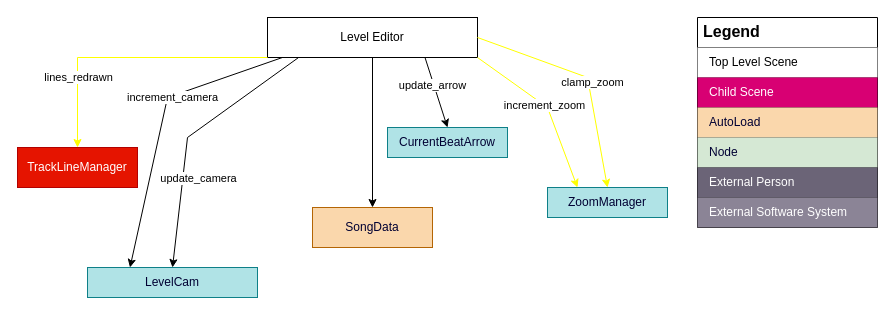
Earlier version of the draw.io diagram rotating-rhythm-game/diagrams/Level Editor/level_editor_diagram.drawio (fcaanaak/rhythm-game). Source tidied: cells renumbered, new cells numbered last; positions are measured from the earlier drawing's top-left corner, leaving out a move shared by most shapes. Both pictures are drawn from the tidied source at 100%, with x=0, y=0 at pixel (17, 17).
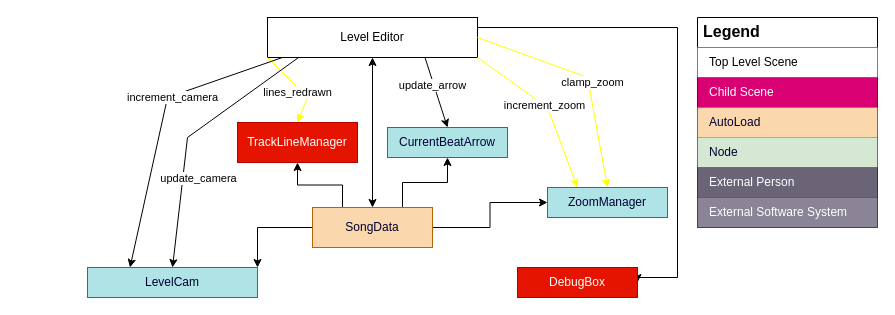
After the change.

The change refers to these unchanged cells:
```xml
<mxCell id="3" value="Level Editor" style="rounded=0;whiteSpace=wrap;html=1;" parent="1" vertex="1">
  <mxGeometry x="250" width="210" height="40" as="geometry" />
</mxCell>
<mxCell id="7" value="&lt;font style=&quot;color: rgb(0, 0, 51);&quot;&gt;LevelCam&lt;/font&gt;" style="rounded=0;whiteSpace=wrap;html=1;fillColor=#b0e3e6;strokeColor=#0e8088;" parent="1" vertex="1">
  <mxGeometry x="70" y="250" width="170" height="30" as="geometry" />
</mxCell>
<mxCell id="11" value="&lt;font style=&quot;color: rgb(0, 0, 51);&quot;&gt;CurrentBeatArrow&lt;/font&gt;" style="rounded=0;whiteSpace=wrap;html=1;fillColor=#b0e3e6;strokeColor=#0e8088;" parent="1" vertex="1">
  <mxGeometry x="370" y="110" width="120" height="30" as="geometry" />
</mxCell>
<mxCell id="14" value="&lt;font style=&quot;color: rgb(0, 0, 51);&quot;&gt;ZoomManager&lt;/font&gt;" style="rounded=0;whiteSpace=wrap;html=1;fillColor=#b0e3e6;strokeColor=#0e8088;" parent="1" vertex="1">
  <mxGeometry x="530" y="170" width="120" height="30" as="geometry" />
</mxCell>
<mxCell id="15" value="&lt;font style=&quot;color: rgb(0, 0, 51);&quot;&gt;SongData&lt;/font&gt;" style="rounded=0;whiteSpace=wrap;html=1;fillColor=#fad7ac;strokeColor=#b46504;" parent="1" vertex="1">
  <mxGeometry x="295" y="190" width="120" height="40" as="geometry" />
</mxCell>
```

The edit, as a diff of the source:
```diff
@@
-    <mxCell id="2" style="edgeStyle=orthogonalEdgeStyle;rounded=0;jettySize=auto;html=1;exitX=0.5;exitY=1;exitDx=0;exitDy=0;entryX=0.5;entryY=0;entryDx=0;entryDy=0;" parent="1" edge="1" source="3" target="15">
-      <mxGeometry relative="1" as="geometry" />
-    </mxCell>
+    <mxCell id="33" style="edgeStyle=orthogonalEdgeStyle;rounded=0;jettySize=auto;html=1;exitX=1;exitY=0.25;exitDx=0;exitDy=0;entryX=1;entryY=0.5;entryDx=0;entryDy=0;" parent="1" edge="1" source="3" target="39">
+      <mxGeometry relative="1" as="geometry">
+        <Array as="points">
+          <mxPoint x="660" y="10" />
+          <mxPoint x="660" y="260" />
+        </Array>
+      </mxGeometry>
+    </mxCell>
@@
     <mxCell id="4" style="endArrow=classic;html=1;rounded=0;exitX=0;exitY=1;exitDx=0;exitDy=0;entryX=0.5;entryY=0;entryDx=0;entryDy=0;strokeColor=#FFFF00;" parent="1" edge="1" source="3" target="6">
       <mxGeometry relative="1" as="geometry">
         <Array as="points">
-          <mxPoint x="60" y="40" />
+          <mxPoint x="290" y="80" />
         </Array>
       </mxGeometry>
     </mxCell>
     <mxCell id="5" value="lines_redrawn" style="edgeLabel;html=1;align=center;verticalAlign=middle;" parent="4" vertex="1">
       <mxGeometry x="0.03" y="2" relative="1" as="geometry">
-        <mxPoint x="-46" y="18" as="offset" />
+        <mxPoint x="-2" y="6" as="offset" />
       </mxGeometry>
     </mxCell>
     <mxCell id="6" value="TrackLineManager" style="rounded=0;whiteSpace=wrap;html=1;fillColor=#e51400;fontColor=#ffffff;strokeColor=#B20000;" parent="1" vertex="1">
-      <mxGeometry y="130" width="120" height="40" as="geometry" />
+      <mxGeometry x="220" y="105" width="120" height="40" as="geometry" />
     </mxCell>
@@
+    <mxCell id="34" style="edgeStyle=orthogonalEdgeStyle;rounded=0;jettySize=auto;html=1;exitX=0.25;exitY=0;exitDx=0;exitDy=0;" parent="1" edge="1" source="15" target="6">
+      <mxGeometry relative="1" as="geometry" />
+    </mxCell>
+    <mxCell id="35" style="edgeStyle=orthogonalEdgeStyle;rounded=0;jettySize=auto;html=1;exitX=0;exitY=0.5;exitDx=0;exitDy=0;entryX=1;entryY=0;entryDx=0;entryDy=0;" parent="1" edge="1" source="15" target="7">
+      <mxGeometry relative="1" as="geometry" />
+    </mxCell>
+    <mxCell id="36" style="edgeStyle=orthogonalEdgeStyle;rounded=0;jettySize=auto;html=1;exitX=0.75;exitY=0;exitDx=0;exitDy=0;" parent="1" edge="1" source="15" target="11">
+      <mxGeometry relative="1" as="geometry" />
+    </mxCell>
+    <mxCell id="37" style="edgeStyle=orthogonalEdgeStyle;rounded=0;jettySize=auto;html=1;exitX=1;exitY=0.5;exitDx=0;exitDy=0;entryX=0;entryY=0.5;entryDx=0;entryDy=0;" parent="1" edge="1" source="15" target="14">
+      <mxGeometry relative="1" as="geometry" />
+    </mxCell>
@@
+    <mxCell id="38" style="endArrow=classic;startArrow=classic;html=1;rounded=0;entryX=0.5;entryY=1;entryDx=0;entryDy=0;exitX=0.5;exitY=0;exitDx=0;exitDy=0;" parent="1" edge="1" source="15" target="3">
+      <mxGeometry relative="1" as="geometry" />
+    </mxCell>
+    <mxCell id="39" value="DebugBox" style="rounded=0;whiteSpace=wrap;html=1;fillColor=#e51400;fontColor=#ffffff;strokeColor=#B20000;" parent="1" vertex="1">
+      <mxGeometry x="500" y="250" width="120" height="30" as="geometry" />
+    </mxCell>
```
